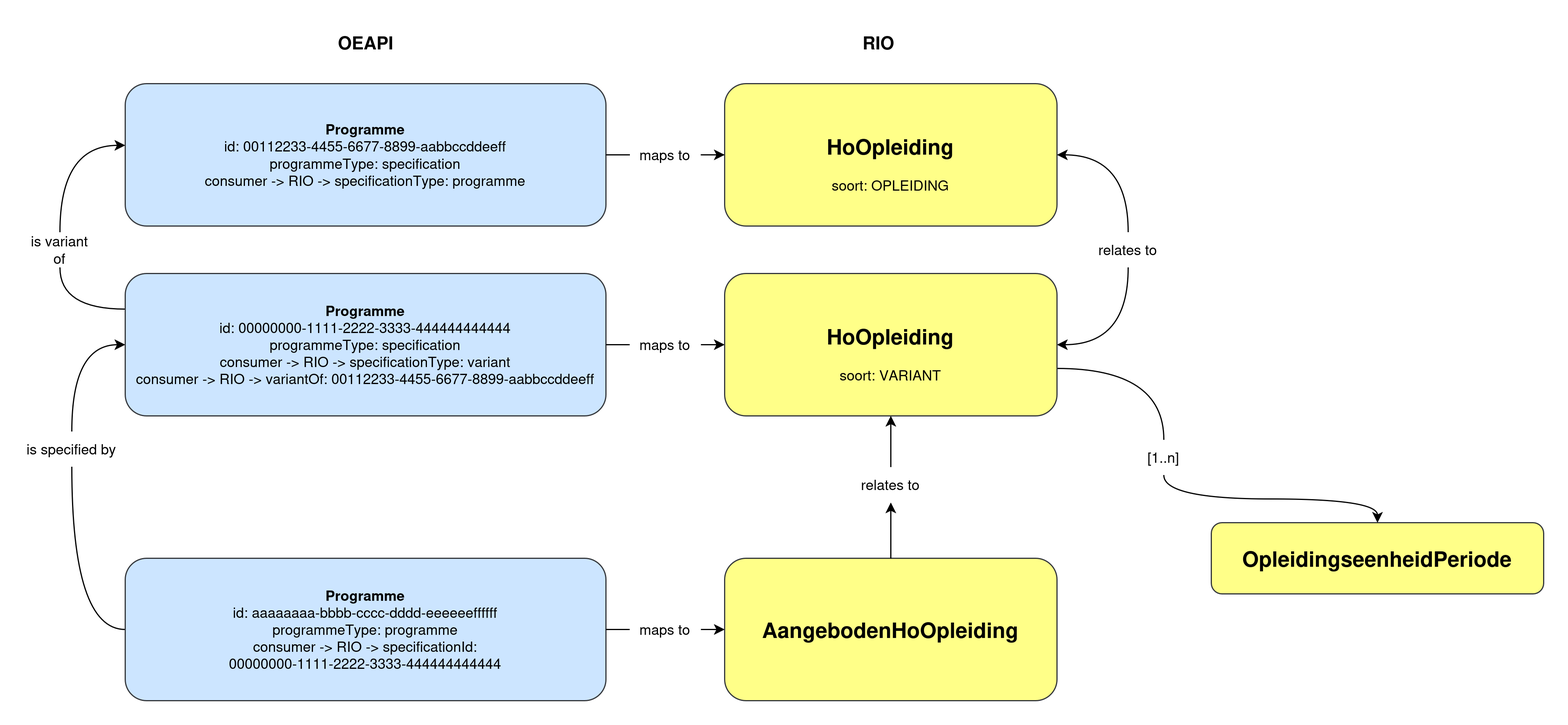
The draw.io diagram doc/ooapi-v6-consumer-draft/media/rio-oeapi-v6-variant.png in SURFnet/eduhub-rio-mapper, before a commit. Source tidied: cells renumbered, new cells last; positions are measured from the earlier drawing's top-left corner, leaving out a move shared by most shapes. Source of this version:
```xml
<mxGraphModel>
  <root>
    <mxCell id="0" />
    <mxCell id="1" parent="0" />
    <mxCell id="2" style="edgeStyle=orthogonalEdgeStyle;rounded=0;jettySize=auto;html=1;entryX=0.5;entryY=0;entryDx=0;entryDy=0;endArrow=none;endFill=0;curved=1;" parent="1" edge="1" target="5">
      <mxGeometry relative="1" as="geometry">
        <mxPoint x="870" y="290" as="sourcePoint" />
      </mxGeometry>
    </mxCell>
    <mxCell id="3" value="&lt;h2&gt;OpleidingseenheidPeriode&lt;/h2&gt;" style="rounded=1;whiteSpace=wrap;html=1;fillColor=#ffff88;strokeColor=#36393d;" parent="1" vertex="1">
      <mxGeometry x="1000" y="420" width="280" height="60" as="geometry" />
    </mxCell>
    <mxCell id="4" style="edgeStyle=orthogonalEdgeStyle;rounded=0;jettySize=auto;html=1;exitX=0.5;exitY=1;exitDx=0;exitDy=0;curved=1;" parent="1" edge="1" source="5" target="3">
      <mxGeometry relative="1" as="geometry" />
    </mxCell>
    <mxCell id="5" value="[1..n]" style="text;html=1;whiteSpace=wrap;strokeColor=none;fillColor=none;align=center;verticalAlign=middle;rounded=0;" parent="1" vertex="1">
      <mxGeometry x="930" y="350" width="60" height="30" as="geometry" />
    </mxCell>
    <mxCell id="6" style="edgeStyle=orthogonalEdgeStyle;rounded=0;jettySize=auto;html=1;exitX=1;exitY=0.5;exitDx=0;exitDy=0;" parent="1" edge="1" source="21" target="11">
      <mxGeometry relative="1" as="geometry" />
    </mxCell>
    <mxCell id="7" value="&lt;div&gt;&lt;b&gt;Programme&lt;/b&gt;&lt;/div&gt;&lt;div&gt;id: 00112233-4455-6677-8899-aabbccddeeff&lt;/div&gt;&lt;div&gt;programmeType: specification&lt;/div&gt;&lt;div&gt;consumer -&amp;gt; RIO -&amp;gt; specificationType: programme&lt;/div&gt;" style="rounded=1;whiteSpace=wrap;html=1;fillColor=#cce5ff;strokeColor=#36393d;" parent="1" vertex="1">
      <mxGeometry x="85" y="50" width="405" height="120" as="geometry" />
    </mxCell>
    <mxCell id="8" style="edgeStyle=orthogonalEdgeStyle;rounded=0;jettySize=auto;html=1;exitX=0;exitY=0.25;exitDx=0;exitDy=0;entryX=0.5;entryY=1;entryDx=0;entryDy=0;endArrow=none;endFill=0;curved=1;" parent="1" edge="1" source="10" target="14">
      <mxGeometry relative="1" as="geometry">
        <Array as="points">
          <mxPoint x="30" y="240" />
        </Array>
      </mxGeometry>
    </mxCell>
    <mxCell id="9" style="edgeStyle=orthogonalEdgeStyle;rounded=0;jettySize=auto;html=1;exitX=1;exitY=0.5;exitDx=0;exitDy=0;entryX=0;entryY=0.5;entryDx=0;entryDy=0;" parent="1" edge="1" source="19" target="13">
      <mxGeometry relative="1" as="geometry" />
    </mxCell>
    <mxCell id="10" value="&lt;div&gt;&lt;b&gt;Programme&lt;/b&gt;&lt;/div&gt;&lt;div&gt;id: 00000000-1111-2222-3333-444444444444&lt;/div&gt;&lt;div&gt;programmeType: specification&lt;/div&gt;&lt;div&gt;consumer -&amp;gt; RIO -&amp;gt; specificationType: variant&lt;/div&gt;&lt;div&gt;consumer -&amp;gt; RIO -&amp;gt; variantOf:&amp;nbsp;00112233-4455-6677-8899-aabbccddeeff&lt;/div&gt;" style="rounded=1;whiteSpace=wrap;html=1;fillColor=#cce5ff;strokeColor=#36393d;" parent="1" vertex="1">
      <mxGeometry x="85" y="210" width="405" height="120" as="geometry" />
    </mxCell>
    <mxCell id="11" value="&lt;h2 align=&quot;center&quot;&gt;HoOpleiding&lt;/h2&gt;&lt;div&gt;soort: OPLEIDING&lt;/div&gt;" style="rounded=1;whiteSpace=wrap;html=1;fillColor=#ffff88;strokeColor=#36393d;align=center;" parent="1" vertex="1">
      <mxGeometry x="590" y="50" width="280" height="120" as="geometry" />
    </mxCell>
    <mxCell id="12" style="edgeStyle=orthogonalEdgeStyle;rounded=0;jettySize=auto;html=1;exitX=1;exitY=0.5;exitDx=0;exitDy=0;entryX=0.5;entryY=1;entryDx=0;entryDy=0;endArrow=none;endFill=0;curved=1;startArrow=classic;startFill=1;" parent="1" edge="1" source="13" target="17">
      <mxGeometry relative="1" as="geometry" />
    </mxCell>
    <mxCell id="13" value="&lt;h2 align=&quot;center&quot;&gt;HoOpleiding&lt;/h2&gt;&lt;div&gt;soort: VARIANT&lt;/div&gt;" style="rounded=1;whiteSpace=wrap;html=1;fillColor=#ffff88;strokeColor=#36393d;align=center;" parent="1" vertex="1">
      <mxGeometry x="590" y="210" width="280" height="120" as="geometry" />
    </mxCell>
    <mxCell id="14" value="is variant of" style="text;html=1;whiteSpace=wrap;strokeColor=none;fillColor=none;align=center;verticalAlign=middle;rounded=0;" parent="1" vertex="1">
      <mxGeometry y="175" width="60" height="30" as="geometry" />
    </mxCell>
    <mxCell id="15" style="edgeStyle=orthogonalEdgeStyle;rounded=0;jettySize=auto;html=1;exitX=0.5;exitY=0;exitDx=0;exitDy=0;entryX=0;entryY=0.433;entryDx=0;entryDy=0;entryPerimeter=0;curved=1;" parent="1" edge="1" source="14" target="7">
      <mxGeometry relative="1" as="geometry" />
    </mxCell>
    <mxCell id="16" style="edgeStyle=orthogonalEdgeStyle;rounded=0;jettySize=auto;html=1;exitX=0.5;exitY=0;exitDx=0;exitDy=0;entryX=1;entryY=0.5;entryDx=0;entryDy=0;endArrow=classic;endFill=1;curved=1;startArrow=none;startFill=0;" parent="1" edge="1" source="17" target="11">
      <mxGeometry relative="1" as="geometry" />
    </mxCell>
    <mxCell id="17" value="relates to" style="text;html=1;whiteSpace=wrap;strokeColor=none;fillColor=none;align=center;verticalAlign=middle;rounded=0;" parent="1" vertex="1">
      <mxGeometry x="900" y="175" width="60" height="30" as="geometry" />
    </mxCell>
    <mxCell id="18" style="edgeStyle=orthogonalEdgeStyle;rounded=0;jettySize=auto;html=1;exitX=1;exitY=0.5;exitDx=0;exitDy=0;entryX=0;entryY=0.5;entryDx=0;entryDy=0;endArrow=none;endFill=0;" parent="1" edge="1" source="10" target="19">
      <mxGeometry relative="1" as="geometry" />
    </mxCell>
    <mxCell id="19" value="maps to" style="text;html=1;whiteSpace=wrap;strokeColor=none;fillColor=none;align=center;verticalAlign=middle;rounded=0;" parent="1" vertex="1">
      <mxGeometry x="510" y="255" width="60" height="30" as="geometry" />
    </mxCell>
    <mxCell id="20" style="edgeStyle=orthogonalEdgeStyle;rounded=0;jettySize=auto;html=1;exitX=1;exitY=0.5;exitDx=0;exitDy=0;endArrow=none;endFill=0;" parent="1" edge="1" source="7" target="21">
      <mxGeometry relative="1" as="geometry" />
    </mxCell>
    <mxCell id="21" value="maps to" style="text;html=1;whiteSpace=wrap;strokeColor=none;fillColor=none;align=center;verticalAlign=middle;rounded=0;" parent="1" vertex="1">
      <mxGeometry x="510" y="95" width="60" height="30" as="geometry" />
    </mxCell>
    <mxCell id="22" style="edgeStyle=orthogonalEdgeStyle;rounded=0;jettySize=auto;html=1;exitX=0;exitY=0.5;exitDx=0;exitDy=0;entryX=0.5;entryY=1;entryDx=0;entryDy=0;endArrow=none;endFill=0;curved=1;" parent="1" edge="1" source="23" target="25">
      <mxGeometry relative="1" as="geometry" />
    </mxCell>
    <mxCell id="23" value="&lt;div&gt;&lt;b&gt;Programme&lt;/b&gt;&lt;/div&gt;&lt;div&gt;id: aaaaaaaa-bbbb-cccc-dddd-eeeeeeffffff&lt;/div&gt;&lt;div&gt;programmeType: programme&lt;/div&gt;&lt;div&gt;consumer -&amp;gt; RIO -&amp;gt; specificationId: 00000000-1111-2222-3333-444444444444&lt;/div&gt;" style="rounded=1;whiteSpace=wrap;html=1;fillColor=#cce5ff;strokeColor=#36393d;" parent="1" vertex="1">
      <mxGeometry x="85" y="450" width="405" height="120" as="geometry" />
    </mxCell>
    <mxCell id="24" value="&lt;h2 align=&quot;center&quot;&gt;AangebodenHoOpleiding&lt;/h2&gt;" style="rounded=1;whiteSpace=wrap;html=1;fillColor=#ffff88;strokeColor=#36393d;align=center;" parent="1" vertex="1">
      <mxGeometry x="590" y="450" width="280" height="120" as="geometry" />
    </mxCell>
    <mxCell id="25" value="is specified by" style="text;html=1;whiteSpace=wrap;strokeColor=none;fillColor=none;align=center;verticalAlign=middle;rounded=0;" parent="1" vertex="1">
      <mxGeometry y="343" width="80" height="30" as="geometry" />
    </mxCell>
    <mxCell id="26" style="edgeStyle=orthogonalEdgeStyle;rounded=0;jettySize=auto;html=1;exitX=0.5;exitY=0;exitDx=0;exitDy=0;entryX=0;entryY=0.433;entryDx=0;entryDy=0;entryPerimeter=0;curved=1;" parent="1" edge="1" source="25">
      <mxGeometry relative="1" as="geometry">
        <mxPoint x="85" y="270" as="targetPoint" />
        <Array as="points">
          <mxPoint x="40" y="270" />
        </Array>
      </mxGeometry>
    </mxCell>
    <mxCell id="27" style="edgeStyle=orthogonalEdgeStyle;rounded=0;jettySize=auto;html=1;exitX=0.5;exitY=0;exitDx=0;exitDy=0;endArrow=classic;endFill=1;curved=1;startArrow=none;startFill=0;" parent="1" edge="1" source="29" target="13">
      <mxGeometry relative="1" as="geometry" />
    </mxCell>
    <mxCell id="28" style="edgeStyle=orthogonalEdgeStyle;rounded=0;jettySize=auto;html=1;exitX=0.5;exitY=0;exitDx=0;exitDy=0;endArrow=classic;endFill=1;curved=1;startArrow=none;startFill=0;" parent="1" edge="1" source="24" target="29">
      <mxGeometry relative="1" as="geometry" />
    </mxCell>
    <mxCell id="29" value="relates to" style="text;html=1;whiteSpace=wrap;strokeColor=none;fillColor=none;align=center;verticalAlign=middle;rounded=0;" parent="1" vertex="1">
      <mxGeometry x="700" y="373" width="60" height="30" as="geometry" />
    </mxCell>
    <mxCell id="30" style="edgeStyle=orthogonalEdgeStyle;rounded=0;jettySize=auto;html=1;exitX=1;exitY=0.5;exitDx=0;exitDy=0;entryX=0;entryY=0.5;entryDx=0;entryDy=0;" parent="1" edge="1" source="32">
      <mxGeometry relative="1" as="geometry">
        <mxPoint x="590" y="510" as="targetPoint" />
      </mxGeometry>
    </mxCell>
    <mxCell id="31" style="edgeStyle=orthogonalEdgeStyle;rounded=0;jettySize=auto;html=1;exitX=1;exitY=0.5;exitDx=0;exitDy=0;entryX=0;entryY=0.5;entryDx=0;entryDy=0;endArrow=none;endFill=0;" parent="1" edge="1" target="32">
      <mxGeometry relative="1" as="geometry">
        <mxPoint x="490" y="510" as="sourcePoint" />
      </mxGeometry>
    </mxCell>
    <mxCell id="32" value="maps to" style="text;html=1;whiteSpace=wrap;strokeColor=none;fillColor=none;align=center;verticalAlign=middle;rounded=0;" parent="1" vertex="1">
      <mxGeometry x="510" y="495" width="60" height="30" as="geometry" />
    </mxCell>
    <mxCell id="33" value="OEAPI" style="text;html=1;whiteSpace=wrap;strokeColor=none;fillColor=none;align=center;verticalAlign=middle;rounded=0;fontStyle=1;fontSize=15;" parent="1" vertex="1">
      <mxGeometry x="258" width="60" height="30" as="geometry" />
    </mxCell>
    <mxCell id="34" value="RIO" style="text;html=1;whiteSpace=wrap;strokeColor=none;fillColor=none;align=center;verticalAlign=middle;rounded=0;fontStyle=1;fontSize=15;" parent="1" vertex="1">
      <mxGeometry x="690" width="60" height="30" as="geometry" />
    </mxCell>
  </root>
</mxGraphModel>
```
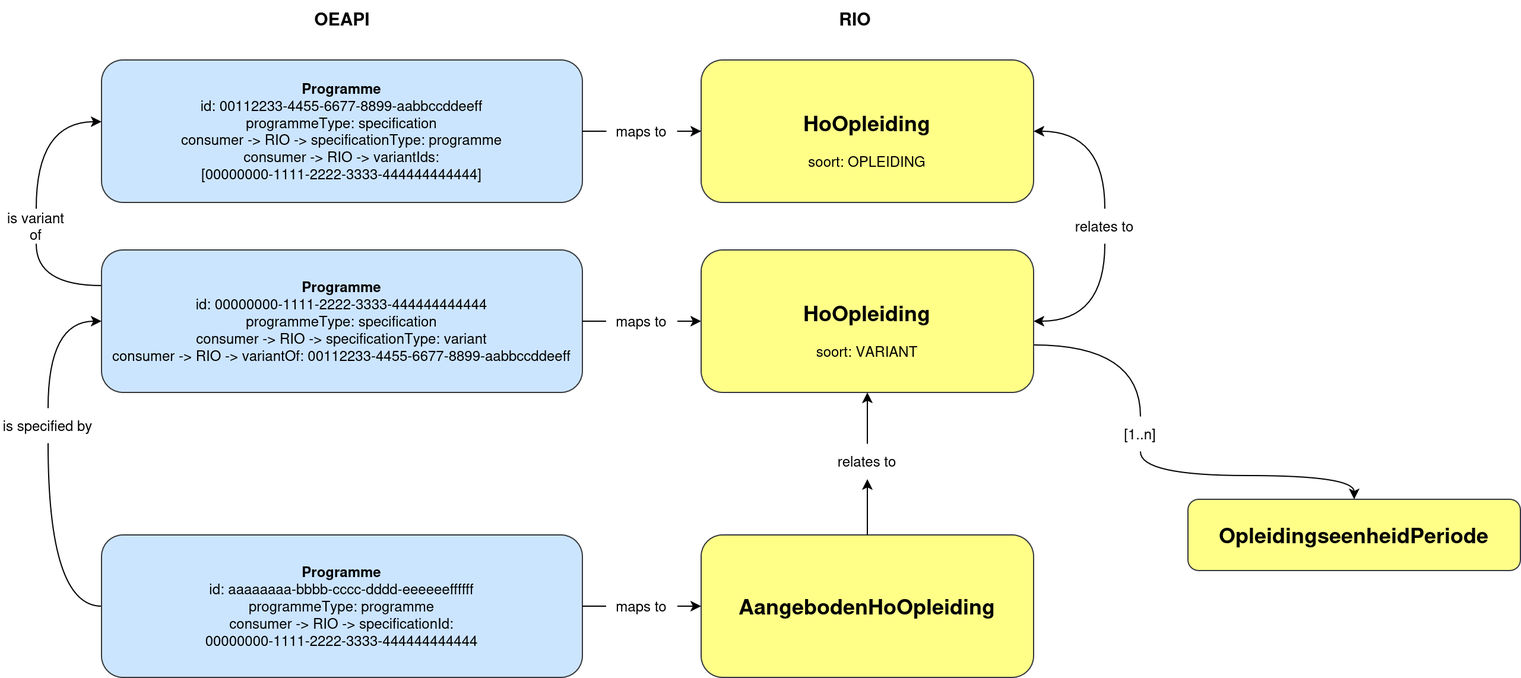
Later version of the same file.

Commit message:
Update rio consumer docs

Diff of the diagram source:
```diff
@@ -19,7 +19,7 @@
     <mxCell id="6" style="edgeStyle=orthogonalEdgeStyle;rounded=0;jettySize=auto;html=1;exitX=1;exitY=0.5;exitDx=0;exitDy=0;" parent="1" edge="1" source="21" target="11">
       <mxGeometry relative="1" as="geometry" />
     </mxCell>
-    <mxCell id="7" value="&lt;div&gt;&lt;b&gt;Programme&lt;/b&gt;&lt;/div&gt;&lt;div&gt;id: 00112233-4455-6677-8899-aabbccddeeff&lt;/div&gt;&lt;div&gt;programmeType: specification&lt;/div&gt;&lt;div&gt;consumer -&amp;gt; RIO -&amp;gt; specificationType: programme&lt;/div&gt;" style="rounded=1;whiteSpace=wrap;html=1;fillColor=#cce5ff;strokeColor=#36393d;" parent="1" vertex="1">
+    <mxCell id="7" value="&lt;div&gt;&lt;b&gt;Programme&lt;/b&gt;&lt;/div&gt;&lt;div&gt;id: 00112233-4455-6677-8899-aabbccddeeff&lt;/div&gt;&lt;div&gt;programmeType: specification&lt;/div&gt;&lt;div&gt;consumer -&amp;gt; RIO -&amp;gt; specificationType: programme&lt;/div&gt;&lt;div&gt;consumer -&amp;gt; RIO -&amp;gt; variantIds: [00000000-1111-2222-3333-444444444444]&lt;/div&gt;" style="rounded=1;whiteSpace=wrap;html=1;fillColor=#cce5ff;strokeColor=#36393d;" parent="1" vertex="1">
       <mxGeometry x="85" y="50" width="405" height="120" as="geometry" />
     </mxCell>
     <mxCell id="8" style="edgeStyle=orthogonalEdgeStyle;rounded=0;jettySize=auto;html=1;exitX=0;exitY=0.25;exitDx=0;exitDy=0;entryX=0.5;entryY=1;entryDx=0;entryDy=0;endArrow=none;endFill=0;curved=1;" parent="1" edge="1" source="10" target="14">
```
